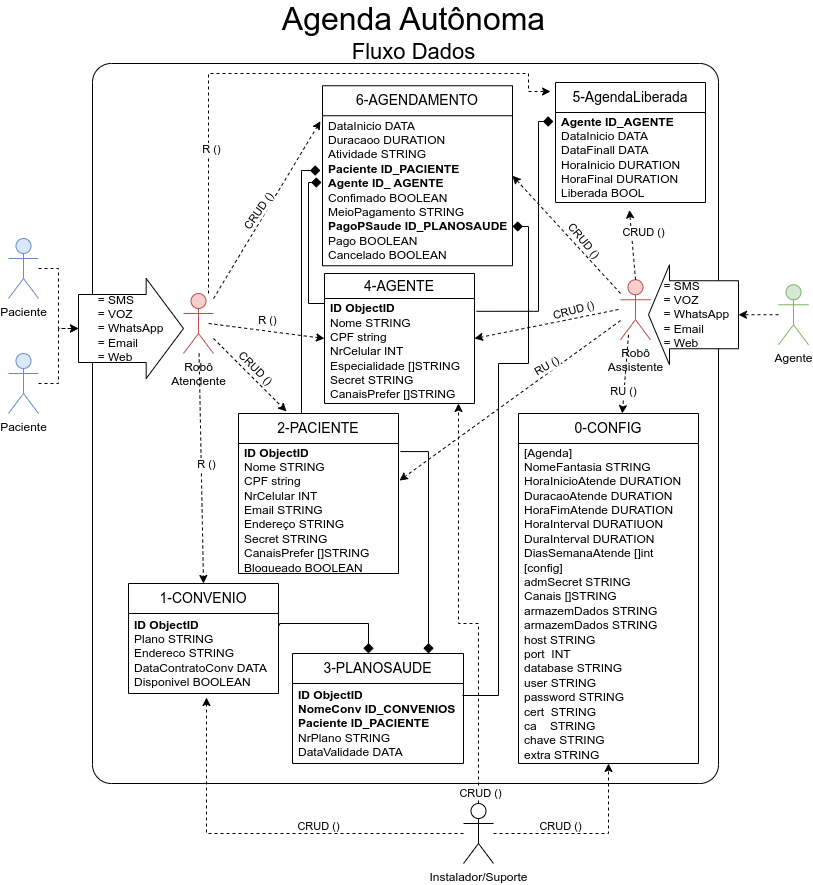
Before: Agenda-Página-1.drawio.png, a diagram exported from draw.io (gunboe/Agenda). Source tidied: cells renumbered, new cells last; positions are measured from the earlier drawing's top-left corner, leaving out a move shared by most shapes.
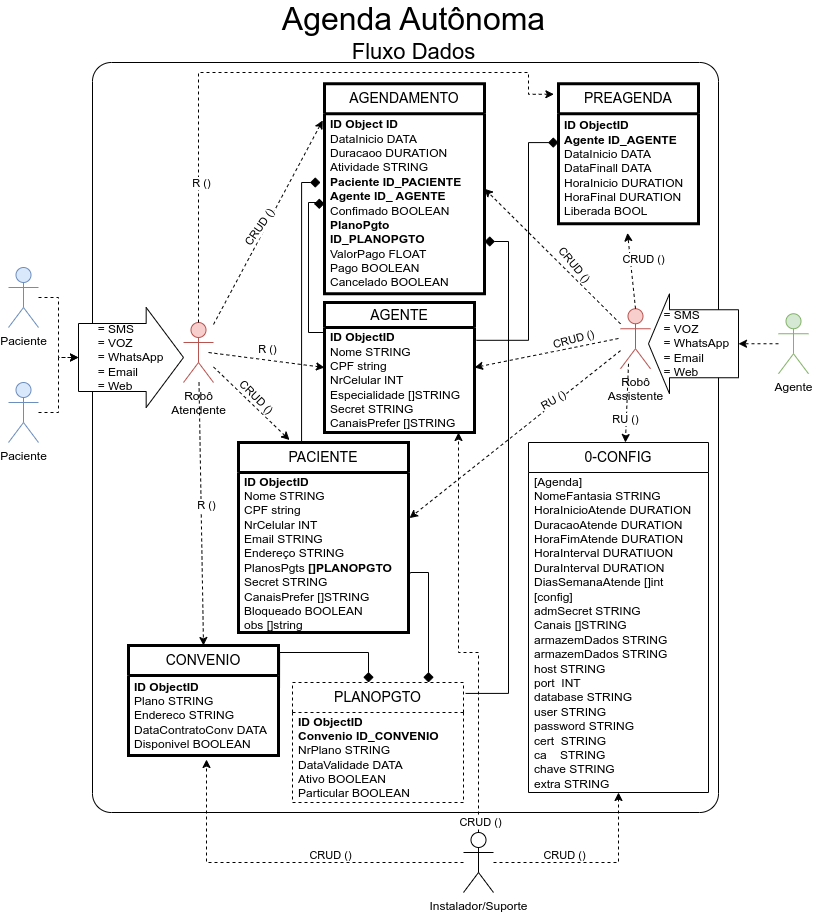
Later version of the same file.

What changed in the source:
```diff
@@ -3,7 +3,7 @@
     <mxCell id="0" />
     <mxCell id="1" parent="0" />
     <mxCell id="2" style="rounded=1;whiteSpace=wrap;html=1;arcSize=3;" parent="1" vertex="1">
-      <mxGeometry x="84" y="61" width="626" height="720" as="geometry" />
+      <mxGeometry x="84" y="31" width="626" height="750" as="geometry" />
     </mxCell>
     <mxCell id="3" style="edgeStyle=orthogonalEdgeStyle;rounded=0;jettySize=auto;html=1;entryX=0;entryY=0.5;entryDx=0;entryDy=0;entryPerimeter=0;dashed=1;" parent="1" edge="1" source="4" target="20">
       <mxGeometry relative="1" as="geometry" />
@@ -20,12 +20,6 @@
     <mxCell id="7" value="Paciente" style="shape=umlActor;verticalLabelPosition=bottom;verticalAlign=top;html=1;outlineConnect=0;fillColor=#dae8fc;strokeColor=#6c8ebf;" parent="1" vertex="1">
       <mxGeometry y="351" width="30" height="60" as="geometry" />
     </mxCell>
-    <mxCell id="8" value="&lt;font style=&quot;font-size: 14px;&quot;&gt;6-AGENDAMENTO&lt;/font&gt;" style="swimlane;fontStyle=0;horizontal=1;startSize=30;whiteSpace=wrap;html=1;" parent="1" vertex="1">
-      <mxGeometry x="314" y="83.2" width="190" height="180" as="geometry" />
-    </mxCell>
-    <mxCell id="9" value="DataInicio DATA&lt;br style=&quot;border-color: var(--border-color); text-align: center;&quot;&gt;&lt;span style=&quot;text-align: center;&quot;&gt;Duracaoo DURATION&lt;/span&gt;&lt;br style=&quot;border-color: var(--border-color); text-align: center;&quot;&gt;&lt;span style=&quot;text-align: center;&quot;&gt;Atividade STRING&lt;/span&gt;&lt;br style=&quot;border-color: var(--border-color); text-align: center;&quot;&gt;&lt;b&gt;Paciente ID_PACIENTE&lt;/b&gt;&lt;br style=&quot;border-color: var(--border-color);&quot;&gt;&lt;span style=&quot;text-align: center;&quot;&gt;&lt;b&gt;Agente ID_ AGENTE&lt;/b&gt;&lt;/span&gt;&lt;br style=&quot;border-color: var(--border-color); text-align: center;&quot;&gt;&lt;span style=&quot;text-align: center;&quot;&gt;Confimado BOOLEAN&lt;/span&gt;&lt;span style=&quot;text-align: center;&quot;&gt;&lt;br&gt;MeioPagamento STRING&lt;br&gt;&lt;b&gt;PagoPSaude ID_PLANOSAUDE&lt;/b&gt;&lt;br&gt;Pago BOOLEAN&lt;br&gt;Cancelado BOOLEAN&lt;br&gt;&lt;/span&gt;" style="text;strokeColor=none;fillColor=none;align=left;verticalAlign=middle;spacingLeft=4;spacingRight=4;overflow=hidden;points=[[0,0.5],[1,0.5]];portConstraint=eastwest;whiteSpace=wrap;html=1;" parent="8" vertex="1">
-      <mxGeometry y="30" width="190" height="150" as="geometry" />
-    </mxCell>
     <mxCell id="10" style="endArrow=classic;html=1;rounded=0;entryX=-0.011;entryY=0.037;entryDx=0;entryDy=0;dashed=1;entryPerimeter=0;" parent="1" edge="1" source="19" target="9">
       <mxGeometry relative="1" as="geometry" />
     </mxCell>
@@ -34,11 +28,11 @@
         <mxPoint x="7" y="-21" as="offset" />
       </mxGeometry>
     </mxCell>
-    <mxCell id="12" value="&lt;font style=&quot;font-size: 14px;&quot;&gt;2-PACIENTE&lt;/font&gt;" style="swimlane;fontStyle=0;horizontal=1;startSize=30;whiteSpace=wrap;html=1;" parent="1" vertex="1">
-      <mxGeometry x="230" y="411" width="160" height="160" as="geometry" />
+    <mxCell id="12" value="&lt;font style=&quot;font-size: 14px;&quot;&gt;PACIENTE&lt;/font&gt;" style="swimlane;fontStyle=0;horizontal=1;startSize=30;whiteSpace=wrap;html=1;strokeWidth=3;" parent="1" vertex="1">
+      <mxGeometry x="230" y="411" width="170" height="190" as="geometry" />
     </mxCell>
-    <mxCell id="13" value="&lt;b style=&quot;border-color: var(--border-color);&quot;&gt;ID ObjectID&lt;br style=&quot;border-color: var(--border-color);&quot;&gt;&lt;/b&gt;Nome STRING&lt;br&gt;CPF string&lt;br&gt;NrCelular INT&lt;br&gt;Email STRING&lt;br&gt;Endereço STRING&lt;br&gt;Secret STRING&lt;br&gt;CanaisPrefer []STRING&lt;br&gt;Bloqueado BOOLEAN" style="text;strokeColor=none;fillColor=none;align=left;verticalAlign=middle;spacingLeft=4;spacingRight=4;overflow=hidden;points=[[0,0.5],[1,0.5]];portConstraint=eastwest;whiteSpace=wrap;html=1;" parent="12" vertex="1">
-      <mxGeometry y="30" width="160" height="130" as="geometry" />
+    <mxCell id="13" value="&lt;b style=&quot;border-color: var(--border-color);&quot;&gt;ID ObjectID&lt;br style=&quot;border-color: var(--border-color);&quot;&gt;&lt;/b&gt;Nome STRING&lt;br&gt;CPF string&lt;br&gt;NrCelular INT&lt;br&gt;Email STRING&lt;br&gt;Endereço STRING&lt;br&gt;PlanosPgts&amp;nbsp;&lt;b&gt;[]PLANOPGTO&lt;/b&gt;&lt;br&gt;Secret STRING&lt;br&gt;CanaisPrefer []STRING&lt;br&gt;Bloqueado BOOLEAN&lt;br&gt;obs []string" style="text;strokeColor=none;fillColor=none;align=left;verticalAlign=middle;spacingLeft=4;spacingRight=4;overflow=hidden;points=[[0,0.5],[1,0.5]];portConstraint=eastwest;whiteSpace=wrap;html=1;" parent="12" vertex="1">
+      <mxGeometry y="30" width="170" height="160" as="geometry" />
     </mxCell>
     <mxCell id="14" style="endArrow=classic;html=1;rounded=0;entryX=0.3;entryY=-0.013;entryDx=0;entryDy=0;dashed=1;entryPerimeter=0;" parent="1" edge="1" source="19" target="12">
       <mxGeometry relative="1" as="geometry" />
@@ -65,10 +59,10 @@
     <mxCell id="20" value="&lt;div style=&quot;text-align: left;&quot;&gt;&lt;span style=&quot;background-color: initial;&quot;&gt;= SMS&lt;/span&gt;&lt;/div&gt;&lt;div style=&quot;text-align: left;&quot;&gt;&lt;span style=&quot;background-color: initial;&quot;&gt;= VOZ&lt;/span&gt;&lt;/div&gt;&lt;div style=&quot;text-align: left;&quot;&gt;&lt;span style=&quot;background-color: initial;&quot;&gt;= WhatsApp&lt;/span&gt;&lt;/div&gt;&lt;div style=&quot;text-align: left;&quot;&gt;&lt;span style=&quot;background-color: initial;&quot;&gt;= Email&lt;/span&gt;&lt;/div&gt;&lt;div style=&quot;text-align: left;&quot;&gt;&lt;span style=&quot;background-color: initial;&quot;&gt;= Web&lt;/span&gt;&lt;/div&gt;" style="shape=singleArrow;whiteSpace=wrap;html=1;arrowWidth=0.68;arrowSize=0.35555555555555557;" parent="1" vertex="1">
       <mxGeometry x="70" y="276" width="105" height="100" as="geometry" />
     </mxCell>
-    <mxCell id="21" value="&lt;font style=&quot;font-size: 14px;&quot;&gt;4-AGENTE&lt;/font&gt;" style="swimlane;fontStyle=0;horizontal=1;startSize=25;whiteSpace=wrap;html=1;" parent="1" vertex="1">
+    <mxCell id="21" value="&lt;font style=&quot;font-size: 14px;&quot;&gt;AGENTE&lt;/font&gt;" style="swimlane;fontStyle=0;horizontal=1;startSize=25;whiteSpace=wrap;html=1;strokeWidth=3;" parent="1" vertex="1">
       <mxGeometry x="316" y="271" width="150" height="130" as="geometry" />
     </mxCell>
-    <mxCell id="22" value="&lt;b style=&quot;border-color: var(--border-color);&quot;&gt;ID ObjectID&lt;br style=&quot;border-color: var(--border-color);&quot;&gt;&lt;/b&gt;Nome STRING&lt;br&gt;CPF string&lt;br&gt;NrCelular INT&lt;br&gt;Especialidade []STRING&lt;br&gt;Secret STRING&lt;br&gt;CanaisPrefer []STRING" style="text;strokeColor=none;fillColor=none;align=left;verticalAlign=middle;spacingLeft=4;spacingRight=4;overflow=hidden;points=[[0,0.5],[1,0.5]];portConstraint=eastwest;whiteSpace=wrap;html=1;" parent="21" vertex="1">
+    <mxCell id="22" value="&lt;b style=&quot;border-color: var(--border-color);&quot;&gt;ID ObjectID&lt;br style=&quot;border-color: var(--border-color);&quot;&gt;&lt;/b&gt;Nome STRING&lt;br&gt;CPF string&lt;br&gt;NrCelular INT&lt;br&gt;Especialidade []STRING&lt;br&gt;Secret STRING&lt;br&gt;CanaisPrefer []STRING" style="text;strokeColor=none;fillColor=none;align=left;verticalAlign=middle;spacingLeft=4;spacingRight=4;overflow=hidden;points=[[0,0.5],[1,0.5]];portConstraint=eastwest;whiteSpace=wrap;html=1;strokeWidth=3;" parent="21" vertex="1">
       <mxGeometry y="25" width="150" height="105" as="geometry" />
     </mxCell>
     <mxCell id="23" value="Robô&lt;br&gt;Assistente" style="shape=umlActor;verticalLabelPosition=bottom;verticalAlign=top;html=1;outlineConnect=0;fillColor=#f8cecc;strokeColor=#b85450;" parent="1" vertex="1">
@@ -114,7 +108,7 @@
       </mxGeometry>
     </mxCell>
     <mxCell id="33" value="&lt;font style=&quot;font-size: 14px;&quot;&gt;0-CONFIG&lt;/font&gt;" style="swimlane;fontStyle=0;horizontal=1;startSize=30;whiteSpace=wrap;html=1;" parent="1" vertex="1">
-      <mxGeometry x="510" y="411" width="180" height="350" as="geometry" />
+      <mxGeometry x="520" y="411" width="180" height="350" as="geometry" />
     </mxCell>
     <mxCell id="34" value="[Agenda]&lt;br&gt;NomeFantasia STRING&lt;br&gt;HoraInicioAtende DURATION&lt;br&gt;DuracaoAtende DURATION&lt;br&gt;HoraFimAtende DURATION&lt;br&gt;HoraInterval DURATIUON&lt;br&gt;DuraInterval DURATION&lt;br&gt;DiasSemanaAtende []int&lt;br&gt;[config]&lt;br&gt;admSecret STRING&lt;br&gt;Canais []STRING&lt;br&gt;armazemDados STRING&lt;br&gt;&lt;div&gt;armazemDados STRING&lt;/div&gt;&lt;div&gt;host STRING&lt;/div&gt;&lt;div&gt;port&amp;nbsp; INT&lt;/div&gt;&lt;div&gt;database STRING&lt;/div&gt;&lt;div&gt;user STRING&lt;/div&gt;&lt;div&gt;password STRING&lt;/div&gt;&lt;div&gt;cert&amp;nbsp; STRING&lt;/div&gt;&lt;div&gt;ca&amp;nbsp; &amp;nbsp; STRING&lt;/div&gt;&lt;div&gt;chave STRING&lt;/div&gt;&lt;div&gt;extra STRING&lt;/div&gt;" style="text;strokeColor=none;fillColor=none;align=left;verticalAlign=middle;spacingLeft=4;spacingRight=4;overflow=hidden;whiteSpace=wrap;html=1;" parent="33" vertex="1">
       <mxGeometry y="30" width="180" height="320" as="geometry" />
@@ -122,16 +116,18 @@
     <mxCell id="35" style="edgeStyle=orthogonalEdgeStyle;rounded=0;jettySize=auto;html=1;entryX=0;entryY=0.5;entryDx=0;entryDy=0;entryPerimeter=0;dashed=1;" parent="1" edge="1" source="7" target="20">
       <mxGeometry relative="1" as="geometry" />
     </mxCell>
-    <mxCell id="36" value="&lt;font style=&quot;font-size: 14px;&quot;&gt;3-PLANOSAUDE&lt;/font&gt;" style="swimlane;fontStyle=0;horizontal=1;startSize=30;whiteSpace=wrap;html=1;" parent="1" vertex="1">
-      <mxGeometry x="284" y="651" width="171" height="110" as="geometry" />
+    <mxCell id="36" value="&lt;font style=&quot;font-size: 14px;&quot;&gt;PLANOPGTO&lt;/font&gt;" style="swimlane;fontStyle=0;horizontal=1;startSize=30;whiteSpace=wrap;html=1;dashed=1;" parent="1" vertex="1">
+      <mxGeometry x="284" y="651" width="171" height="120" as="geometry" />
     </mxCell>
-    <mxCell id="37" value="&lt;b style=&quot;border-color: var(--border-color);&quot;&gt;ID ObjectID&lt;br style=&quot;border-color: var(--border-color);&quot;&gt;&lt;/b&gt;&lt;b&gt;NomeConv ID_CONVENIOS&lt;br&gt;Paciente ID_PACIENTE&lt;/b&gt;&lt;br&gt;NrPlano STRING&lt;br&gt;DataValidade DATA" style="text;strokeColor=none;fillColor=none;align=left;verticalAlign=middle;spacingLeft=4;spacingRight=4;overflow=hidden;points=[[0,0.5],[1,0.5]];portConstraint=eastwest;whiteSpace=wrap;html=1;" parent="36" vertex="1">
-      <mxGeometry y="30" width="171" height="80" as="geometry" />
+    <mxCell id="37" value="&lt;b style=&quot;border-color: var(--border-color);&quot;&gt;ID ObjectID&lt;br style=&quot;border-color: var(--border-color);&quot;&gt;&lt;/b&gt;&lt;b&gt;Convenio ID_CONVENIO&lt;br&gt;&lt;/b&gt;NrPlano STRING&lt;br&gt;DataValidade DATA&lt;br&gt;Ativo BOOLEAN&lt;br&gt;Particular BOOLEAN" style="text;strokeColor=none;fillColor=none;align=left;verticalAlign=middle;spacingLeft=4;spacingRight=4;overflow=hidden;points=[[0,0.5],[1,0.5]];portConstraint=eastwest;whiteSpace=wrap;html=1;" parent="36" vertex="1">
+      <mxGeometry y="30" width="171" height="90" as="geometry" />
     </mxCell>
-    <mxCell id="38" style="edgeStyle=orthogonalEdgeStyle;rounded=0;jettySize=auto;html=1;endArrow=none;endFill=0;endSize=8;startArrow=diamond;startFill=1;startSize=8;exitX=-0.005;exitY=0.445;exitDx=0;exitDy=0;exitPerimeter=0;" parent="1" edge="1" source="9" target="21">
+    <mxCell id="38" style="edgeStyle=orthogonalEdgeStyle;rounded=0;jettySize=auto;html=1;endArrow=none;endFill=0;endSize=8;startArrow=diamond;startFill=1;startSize=8;exitX=0;exitY=0.5;exitDx=0;exitDy=0;" parent="1" edge="1" source="9" target="21">
       <mxGeometry relative="1" as="geometry">
         <Array as="points">
-          <mxPoint x="300" y="180" />
+          <mxPoint x="310" y="172" />
+          <mxPoint x="310" y="171" />
+          <mxPoint x="300" y="171" />
           <mxPoint x="300" y="301" />
         </Array>
       </mxGeometry>
@@ -152,12 +148,12 @@
       </mxGeometry>
     </mxCell>
     <mxCell id="41" value="&lt;font style=&quot;&quot;&gt;&lt;span style=&quot;font-size: 32px;&quot;&gt;Agenda Autônoma&lt;/span&gt;&lt;br&gt;&lt;font style=&quot;font-size: 22px;&quot;&gt;Fluxo Dados&lt;/font&gt;&lt;br&gt;&lt;/font&gt;" style="text;html=1;strokeColor=none;fillColor=none;align=center;verticalAlign=middle;whiteSpace=wrap;rounded=0;" parent="1" vertex="1">
-      <mxGeometry x="257.5" width="295" height="60" as="geometry" />
+      <mxGeometry x="257.5" y="-29" width="295" height="60" as="geometry" />
     </mxCell>
-    <mxCell id="42" style="edgeStyle=orthogonalEdgeStyle;rounded=0;jettySize=auto;html=1;endArrow=none;endFill=0;endSize=8;startSize=8;startArrow=diamond;startFill=1;entryX=0.371;entryY=0;entryDx=0;entryDy=0;entryPerimeter=0;exitX=-0.011;exitY=0.365;exitDx=0;exitDy=0;exitPerimeter=0;" parent="1" edge="1" source="9" target="12">
+    <mxCell id="42" style="edgeStyle=orthogonalEdgeStyle;rounded=0;jettySize=auto;html=1;endArrow=none;endFill=0;endSize=8;startSize=8;startArrow=diamond;startFill=1;entryX=0.371;entryY=0;entryDx=0;entryDy=0;entryPerimeter=0;exitX=-0.025;exitY=0.382;exitDx=0;exitDy=0;exitPerimeter=0;" parent="1" edge="1" source="9" target="12">
       <mxGeometry relative="1" as="geometry">
         <Array as="points">
-          <mxPoint x="293" y="168" />
+          <mxPoint x="293" y="151" />
         </Array>
       </mxGeometry>
     </mxCell>
@@ -169,11 +165,11 @@
         <mxPoint x="-2" y="3" as="offset" />
       </mxGeometry>
     </mxCell>
-    <mxCell id="45" value="&lt;font style=&quot;font-size: 14px;&quot;&gt;5-AgendaLiberada&lt;/font&gt;" style="swimlane;fontStyle=0;horizontal=1;startSize=30;whiteSpace=wrap;html=1;" parent="1" vertex="1">
-      <mxGeometry x="547" y="80" width="150" height="120" as="geometry" />
+    <mxCell id="45" value="&lt;font style=&quot;font-size: 14px;&quot;&gt;PREAGENDA&lt;/font&gt;" style="swimlane;fontStyle=0;horizontal=1;startSize=30;whiteSpace=wrap;html=1;strokeWidth=3;" parent="1" vertex="1">
+      <mxGeometry x="550" y="52.2" width="140" height="140" as="geometry" />
     </mxCell>
-    <mxCell id="46" value="&lt;b&gt;Agente ID_AGENTE&lt;br&gt;&lt;/b&gt;DataInicio DATA&lt;br&gt;DataFinall DATA&lt;br&gt;HoraInicio DURATION&lt;br&gt;HoraFinal DURATION&lt;br&gt;Liberada BOOL" style="text;strokeColor=none;fillColor=none;align=left;verticalAlign=middle;spacingLeft=4;spacingRight=4;overflow=hidden;points=[[0,0.5],[1,0.5]];portConstraint=eastwest;whiteSpace=wrap;html=1;" parent="45" vertex="1">
-      <mxGeometry y="30" width="150" height="90" as="geometry" />
+    <mxCell id="46" value="&lt;b&gt;ID ObjectID&lt;br&gt;Agente ID_AGENTE&lt;br&gt;&lt;/b&gt;DataInicio DATA&lt;br&gt;DataFinall DATA&lt;br&gt;HoraInicio DURATION&lt;br&gt;HoraFinal DURATION&lt;br&gt;Liberada BOOL" style="text;strokeColor=none;fillColor=none;align=left;verticalAlign=middle;spacingLeft=4;spacingRight=4;overflow=hidden;points=[[0,0.5],[1,0.5]];portConstraint=eastwest;whiteSpace=wrap;html=1;" parent="45" vertex="1">
+      <mxGeometry y="30" width="140" height="110" as="geometry" />
     </mxCell>
     <mxCell id="47" style="endArrow=classic;html=1;rounded=0;entryX=0.493;entryY=1.083;entryDx=0;entryDy=0;dashed=1;entryPerimeter=0;exitX=0.5;exitY=0;exitDx=0;exitDy=0;exitPerimeter=0;" parent="1" edge="1" source="23" target="46">
       <mxGeometry relative="1" as="geometry" />
@@ -183,17 +179,17 @@
         <mxPoint x="12" y="-22" as="offset" />
       </mxGeometry>
     </mxCell>
-    <mxCell id="49" style="edgeStyle=orthogonalEdgeStyle;rounded=0;jettySize=auto;html=1;dashed=1;entryX=-0.033;entryY=0.075;entryDx=0;entryDy=0;entryPerimeter=0;" parent="1" edge="1" source="19" target="45">
+    <mxCell id="49" style="edgeStyle=orthogonalEdgeStyle;rounded=0;jettySize=auto;html=1;dashed=1;entryX=-0.033;entryY=0.075;entryDx=0;entryDy=0;entryPerimeter=0;exitX=0.5;exitY=0;exitDx=0;exitDy=0;exitPerimeter=0;" parent="1" edge="1" source="19" target="45">
       <mxGeometry relative="1" as="geometry">
         <Array as="points">
-          <mxPoint x="200" y="71" />
-          <mxPoint x="520" y="71" />
-          <mxPoint x="520" y="89" />
+          <mxPoint x="190" y="41" />
+          <mxPoint x="520" y="41" />
+          <mxPoint x="520" y="63" />
         </Array>
       </mxGeometry>
     </mxCell>
     <mxCell id="50" value="R ()" style="edgeLabel;html=1;align=center;verticalAlign=middle;" parent="49" vertex="1">
-      <mxGeometry x="-0.5" y="-2" relative="1" as="geometry" />
+      <mxGeometry x="-0.55" y="-2" relative="1" as="geometry" />
     </mxCell>
     <mxCell id="51" style="endArrow=classic;html=1;rounded=0;entryX=0.5;entryY=0;entryDx=0;entryDy=0;dashed=1;" parent="1" edge="1" source="19" target="55">
       <mxGeometry relative="1" as="geometry" />
@@ -215,16 +211,17 @@
         <mxPoint y="-7" as="offset" />
       </mxGeometry>
     </mxCell>
-    <mxCell id="55" value="&lt;font style=&quot;font-size: 14px;&quot;&gt;1-CONVENIO&lt;/font&gt;" style="swimlane;fontStyle=0;horizontal=1;startSize=30;whiteSpace=wrap;html=1;" parent="1" vertex="1">
-      <mxGeometry x="120" y="581" width="150" height="110" as="geometry" />
+    <mxCell id="55" value="&lt;font style=&quot;font-size: 14px;&quot;&gt;CONVENIO&lt;/font&gt;" style="swimlane;fontStyle=0;horizontal=1;startSize=30;whiteSpace=wrap;html=1;strokeWidth=3;" parent="1" vertex="1">
+      <mxGeometry x="120" y="614" width="150" height="110" as="geometry" />
     </mxCell>
     <mxCell id="56" value="&lt;b&gt;ID ObjectID&lt;br&gt;&lt;/b&gt;Plano STRING&lt;br&gt;Endereco STRING&lt;br&gt;DataContratoConv DATA&lt;br&gt;Disponivel BOOLEAN" style="text;strokeColor=none;fillColor=none;align=left;verticalAlign=middle;spacingLeft=4;spacingRight=4;overflow=hidden;points=[[0,0.5],[1,0.5]];portConstraint=eastwest;whiteSpace=wrap;html=1;" parent="55" vertex="1">
       <mxGeometry y="30" width="150" height="80" as="geometry" />
     </mxCell>
-    <mxCell id="57" style="edgeStyle=orthogonalEdgeStyle;rounded=0;jettySize=auto;html=1;exitX=1.012;exitY=0.062;exitDx=0;exitDy=0;exitPerimeter=0;endArrow=diamond;endFill=1;endSize=8;startArrow=none;startFill=0;startSize=8;" parent="1" edge="1" source="13" target="36">
+    <mxCell id="57" style="edgeStyle=orthogonalEdgeStyle;rounded=0;jettySize=auto;html=1;exitX=1.006;exitY=0.633;exitDx=0;exitDy=0;exitPerimeter=0;endArrow=diamond;endFill=1;endSize=8;startArrow=none;startFill=0;startSize=8;" parent="1" edge="1" source="13" target="36">
       <mxGeometry relative="1" as="geometry">
         <Array as="points">
-          <mxPoint x="420" y="449" />
+          <mxPoint x="402" y="541" />
+          <mxPoint x="420" y="541" />
         </Array>
       </mxGeometry>
     </mxCell>
@@ -236,23 +233,27 @@
         </Array>
       </mxGeometry>
     </mxCell>
-    <mxCell id="59" style="edgeStyle=orthogonalEdgeStyle;rounded=0;jettySize=auto;html=1;entryX=1.013;entryY=0.122;entryDx=0;entryDy=0;entryPerimeter=0;endArrow=none;endFill=0;strokeWidth=1;endSize=8;exitX=-0.014;exitY=0.1;exitDx=0;exitDy=0;exitPerimeter=0;startArrow=diamond;startFill=1;targetPerimeterSpacing=0;sourcePerimeterSpacing=0;startSize=8;" parent="1" edge="1" source="46" target="22">
+    <mxCell id="59" style="edgeStyle=orthogonalEdgeStyle;rounded=0;jettySize=auto;html=1;entryX=1.013;entryY=0.122;entryDx=0;entryDy=0;entryPerimeter=0;endArrow=none;endFill=0;strokeWidth=1;endSize=8;startArrow=diamond;startFill=1;targetPerimeterSpacing=0;sourcePerimeterSpacing=0;startSize=8;exitX=0;exitY=0.262;exitDx=0;exitDy=0;exitPerimeter=0;" parent="1" edge="1" source="46" target="22">
       <mxGeometry relative="1" as="geometry">
         <Array as="points">
-          <mxPoint x="530" y="119" />
-          <mxPoint x="530" y="309" />
+          <mxPoint x="520" y="111" />
+          <mxPoint x="520" y="309" />
         </Array>
       </mxGeometry>
     </mxCell>
-    <mxCell id="60" style="edgeStyle=orthogonalEdgeStyle;rounded=0;jettySize=auto;html=1;entryX=1;entryY=0.738;entryDx=0;entryDy=0;entryPerimeter=0;endSize=8;startSize=8;endArrow=diamond;endFill=1;exitX=0.994;exitY=0.15;exitDx=0;exitDy=0;exitPerimeter=0;" parent="1" edge="1" source="37" target="9">
+    <mxCell id="60" style="edgeStyle=orthogonalEdgeStyle;rounded=0;jettySize=auto;html=1;endSize=8;startSize=8;endArrow=diamond;endFill=1;exitX=1.012;exitY=0.091;exitDx=0;exitDy=0;exitPerimeter=0;" parent="1" edge="1" source="36" target="9">
       <mxGeometry relative="1" as="geometry">
         <Array as="points">
-          <mxPoint x="490" y="693" />
-          <mxPoint x="490" y="361" />
-          <mxPoint x="520" y="361" />
-          <mxPoint x="520" y="224" />
+          <mxPoint x="500" y="661" />
+          <mxPoint x="500" y="210" />
         </Array>
       </mxGeometry>
     </mxCell>
+    <mxCell id="8" value="&lt;font style=&quot;font-size: 14px;&quot;&gt;AGENDAMENTO&lt;/font&gt;" style="swimlane;fontStyle=0;horizontal=1;startSize=30;whiteSpace=wrap;html=1;strokeWidth=3;" parent="1" vertex="1">
+      <mxGeometry x="316" y="52.2" width="160" height="210" as="geometry" />
+    </mxCell>
+    <mxCell id="9" value="&lt;b&gt;ID Object ID&lt;/b&gt;&lt;br&gt;DataInicio DATA&lt;br style=&quot;border-color: var(--border-color); text-align: center;&quot;&gt;&lt;span style=&quot;text-align: center;&quot;&gt;Duracaoo DURATION&lt;/span&gt;&lt;br style=&quot;border-color: var(--border-color); text-align: center;&quot;&gt;&lt;span style=&quot;text-align: center;&quot;&gt;Atividade STRING&lt;/span&gt;&lt;br style=&quot;border-color: var(--border-color); text-align: center;&quot;&gt;&lt;b&gt;Paciente ID_PACIENTE&lt;/b&gt;&lt;br style=&quot;border-color: var(--border-color);&quot;&gt;&lt;span style=&quot;text-align: center;&quot;&gt;&lt;b&gt;Agente ID_ AGENTE&lt;/b&gt;&lt;/span&gt;&lt;br style=&quot;border-color: var(--border-color); text-align: center;&quot;&gt;&lt;span style=&quot;text-align: center;&quot;&gt;Confimado BOOLEAN&lt;/span&gt;&lt;span style=&quot;text-align: center;&quot;&gt;&lt;br&gt;&lt;b&gt;PlanoPgto ID_PLANOPGTO&lt;br&gt;&lt;/b&gt;ValorPago FLOAT&lt;br&gt;Pago BOOLEAN&lt;br&gt;Cancelado BOOLEAN&lt;br&gt;&lt;/span&gt;" style="text;strokeColor=none;fillColor=none;align=left;verticalAlign=middle;spacingLeft=4;spacingRight=4;overflow=hidden;points=[[0,0.5],[1,0.5]];portConstraint=eastwest;whiteSpace=wrap;html=1;" parent="8" vertex="1">
+      <mxGeometry y="30" width="160" height="180" as="geometry" />
+    </mxCell>
   </root>
 </mxGraphModel>
```
